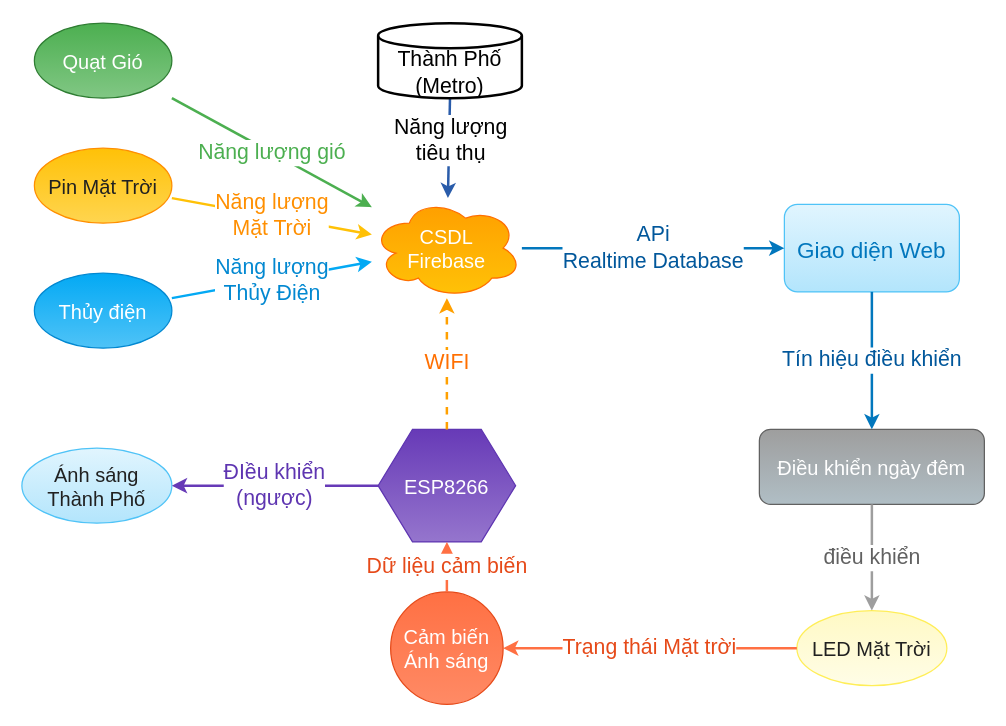
Before: page "Page-1" (1 of 3) of docs/Untitled Diagram.drawio in NguyenLoc25/smart-urban, a draw.io diagram. Source tidied: cells renumbered, new cells numbered last; positions are measured from the earlier drawing's top-left corner, leaving out a move shared by most shapes. Both pictures are drawn from the tidied source at 125%, with x=0, y=0 at pixel (21, 22).
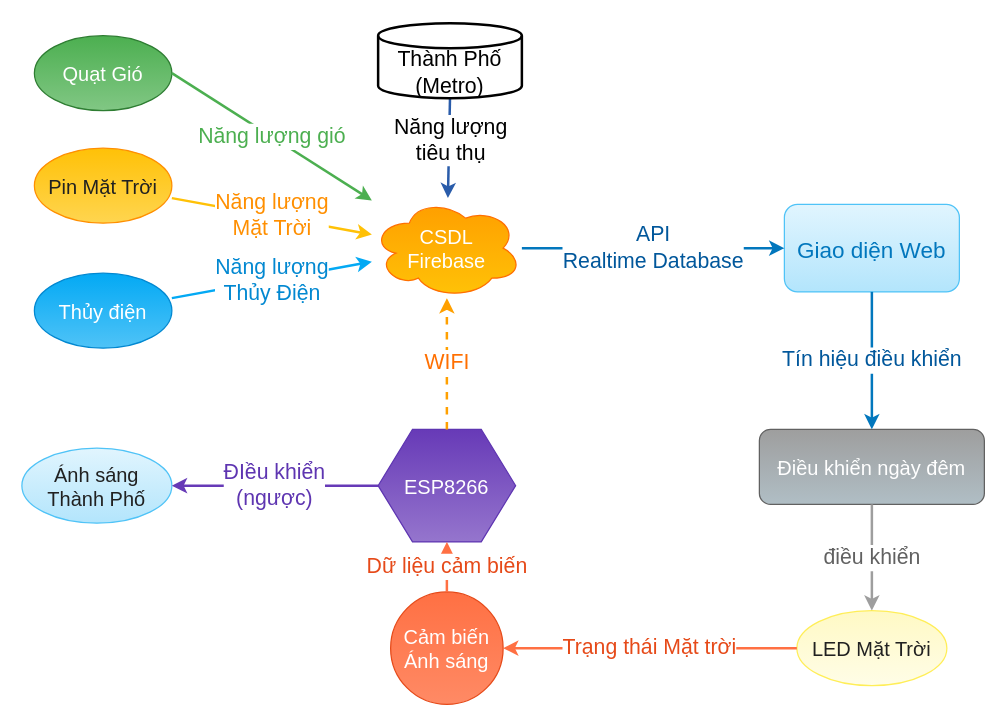
The same page after the edit.

Unchanged cells that the change refers to:
```xml
<mxCell id="9" value="CSDL&#10;Firebase" style="shape=cloud;fillColor=#FFA000;strokeColor=#FF6F00;gradientColor=#FFC107;fontColor=#FFFFFF;fontSize=16;" parent="1" vertex="1">
  <mxGeometry x="280" y="140" width="120" height="80" as="geometry" />
</mxCell>
<mxCell id="10" value="Giao diện Web" style="shape=rectangle;rounded=1;fillColor=#E1F5FE;strokeColor=#4FC3F7;gradientColor=#B3E5FC;fontColor=#0277BD;fontSize=18;" parent="1" vertex="1">
  <mxGeometry x="610" y="145" width="140" height="70" as="geometry" />
</mxCell>
```

What changed in the source:
```diff
@@
     <mxCell id="2" value="Quạt Gió" style="shape=ellipse;fillColor=#4CAF50;strokeColor=#2E7D32;gradientColor=#81C784;fontColor=#FFFFFF;fontSize=16;" parent="1" vertex="1">
-      <mxGeometry x="10" width="110" height="60" as="geometry" />
+      <mxGeometry x="10" y="10" width="110" height="60" as="geometry" />
     </mxCell>
@@
-    <mxCell id="14" value="&lt;font style=&quot;font-size: 17px;&quot;&gt;Năng lượng gió&lt;/font&gt;" style="edgeStyle=none;endArrow=classic;html=1;strokeWidth=2;strokeColor=#4CAF50;fontSize=12;fontColor=#4CAF50;" parent="1" edge="1" source="2" target="9">
+    <mxCell id="14" value="&lt;font style=&quot;font-size: 17px;&quot;&gt;Năng lượng gió&lt;/font&gt;" style="edgeStyle=none;endArrow=classic;html=1;strokeWidth=2;strokeColor=#4CAF50;fontSize=12;fontColor=#4CAF50;exitX=1;exitY=0.5;exitDx=0;exitDy=0;" parent="1" edge="1" source="2" target="9">
       <mxGeometry relative="1" as="geometry" />
     </mxCell>
@@
-    <mxCell id="21" value="&lt;font style=&quot;font-size: 17px;&quot;&gt;APi&lt;br&gt;Realtime Database&lt;/font&gt;" style="edgeStyle=none;endArrow=classic;html=1;strokeWidth=2;strokeColor=#0277BD;fontSize=12;fontColor=#01579B;" parent="1" edge="1" source="9" target="10">
+    <mxCell id="21" value="&lt;font style=&quot;font-size: 17px;&quot;&gt;API&lt;br&gt;Realtime Database&lt;/font&gt;" style="edgeStyle=none;endArrow=classic;html=1;strokeWidth=2;strokeColor=#0277BD;fontSize=12;fontColor=#01579B;" parent="1" edge="1" source="9" target="10">
       <mxGeometry relative="1" as="geometry" />
     </mxCell>
```
